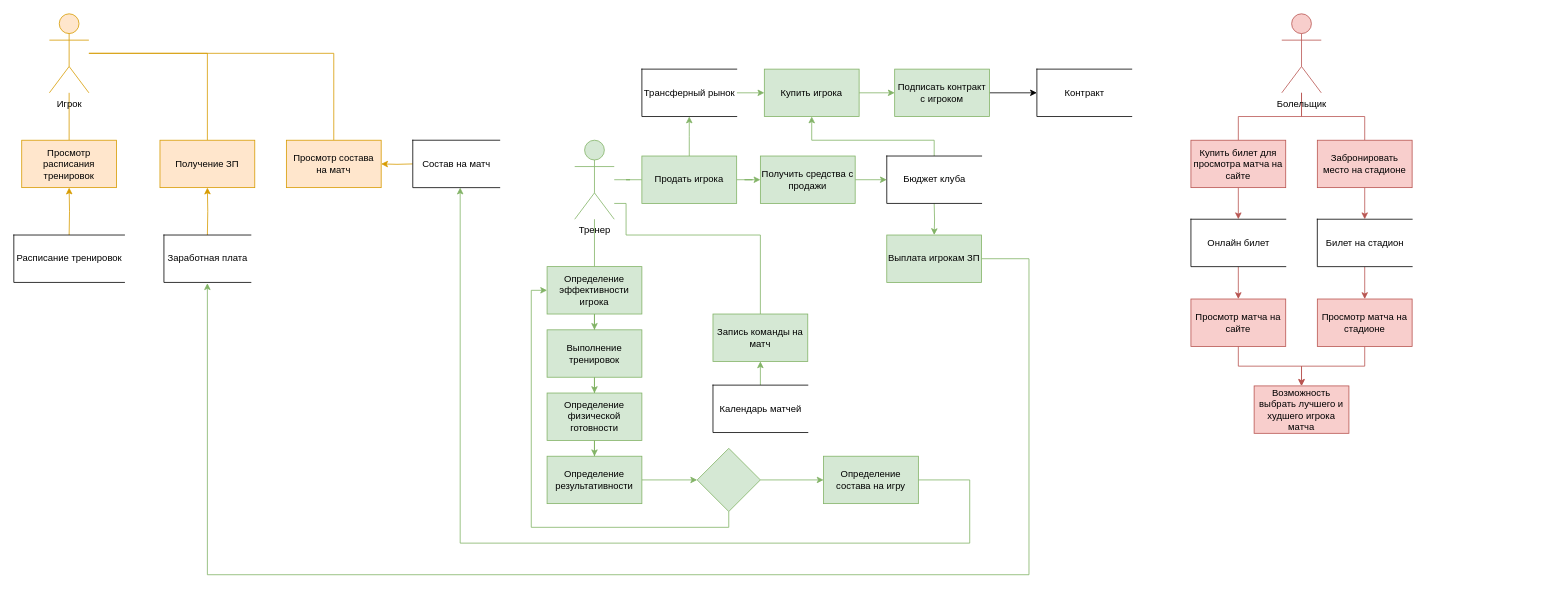
Above: DFD Diagramm.drawio in Alexsander996/football (draw.io), before the change. Source tidied: cells renumbered, new cells numbered last; positions are measured from the earlier drawing's top-left corner, leaving out a move shared by most shapes. Both pictures are drawn from the tidied source at 79%, with x=0, y=0 at pixel (13, 13).
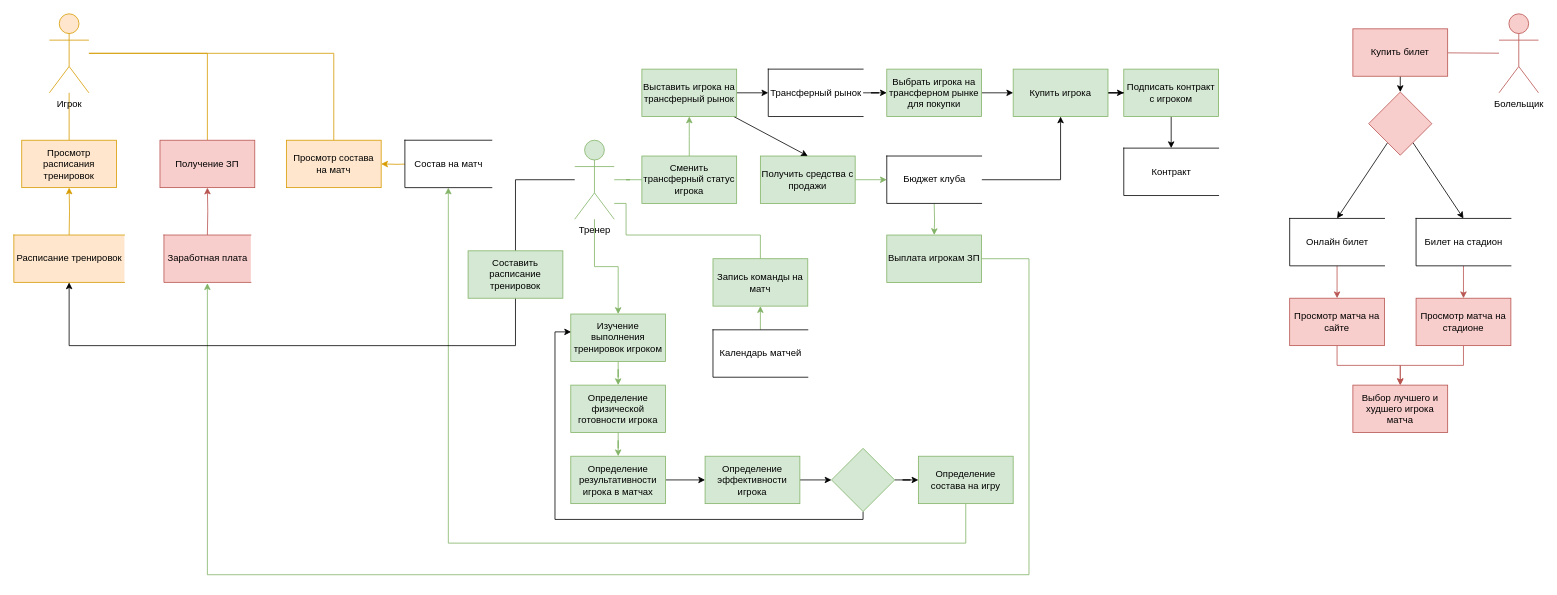
The same page after the edit.

The change refers to these unchanged cells:
```xml
<mxCell id="15" value="Тренер" style="shape=umlActor;verticalLabelPosition=bottom;verticalAlign=top;html=1;outlineConnect=0;fillColor=#d5e8d4;strokeColor=#82b366;" parent="1" vertex="1">
  <mxGeometry x="710" y="160" width="50" height="100" as="geometry" />
</mxCell>
<mxCell id="40" value="Получить средства с продажи" style="rounded=0;whiteSpace=wrap;html=1;fillColor=#d5e8d4;strokeColor=#82b366;" parent="1" vertex="1">
  <mxGeometry x="945" y="180" width="120" height="60" as="geometry" />
</mxCell>
<mxCell id="61" value="Бюджет клуба" style="html=1;dashed=0;whitespace=wrap;shape=partialRectangle;right=0;" parent="1" vertex="1">
  <mxGeometry x="1105" y="180" width="120" height="60" as="geometry" />
</mxCell>
```

Diff of the diagram source:
```diff
@@
-    <mxCell id="8" value="Получение ЗП" style="rounded=0;whiteSpace=wrap;html=1;fillColor=#ffe6cc;strokeColor=#d79b00;" parent="1" vertex="1">
+    <mxCell id="8" value="Получение ЗП" style="rounded=0;whiteSpace=wrap;html=1;fillColor=#f8cecc;strokeColor=#b85450;" parent="1" vertex="1">
       <mxGeometry x="185" y="160" width="120" height="60" as="geometry" />
     </mxCell>
-    <mxCell id="9" style="edgeStyle=orthogonalEdgeStyle;rounded=0;jettySize=auto;html=1;entryX=0.5;entryY=1;entryDx=0;entryDy=0;fillColor=#ffe6cc;strokeColor=#d79b00;" parent="1" edge="1" target="8">
+    <mxCell id="9" style="edgeStyle=orthogonalEdgeStyle;rounded=0;jettySize=auto;html=1;entryX=0.5;entryY=1;entryDx=0;entryDy=0;fillColor=#f8cecc;strokeColor=#b85450;" parent="1" edge="1" target="8">
       <mxGeometry relative="1" as="geometry">
         <mxPoint x="245" y="280" as="sourcePoint" />
       </mxGeometry>
     </mxCell>
@@
-    <mxCell id="12" style="edgeStyle=orthogonalEdgeStyle;rounded=0;jettySize=auto;html=1;entryX=0.5;entryY=0;entryDx=0;entryDy=0;fillColor=#d5e8d4;strokeColor=#82b366;endArrow=none;endFill=0;" parent="1" edge="1" source="15" target="17">
-      <mxGeometry relative="1" as="geometry" />
-    </mxCell>
@@
+    <mxCell id="68" style="edgeStyle=orthogonalEdgeStyle;rounded=0;jettySize=auto;html=1;entryX=0.5;entryY=0;entryDx=0;entryDy=0;endArrow=none;endFill=0;" parent="1" edge="1" source="15" target="86">
+      <mxGeometry relative="1" as="geometry" />
+    </mxCell>
+    <mxCell id="69" style="edgeStyle=orthogonalEdgeStyle;rounded=0;jettySize=auto;html=1;entryX=0.5;entryY=0;entryDx=0;entryDy=0;fillColor=#d5e8d4;strokeColor=#82b366;" parent="1" edge="1" source="15" target="27">
+      <mxGeometry relative="1" as="geometry" />
+    </mxCell>
@@
-    <mxCell id="16" style="edgeStyle=orthogonalEdgeStyle;rounded=0;jettySize=auto;html=1;entryX=0.5;entryY=0;entryDx=0;entryDy=0;endArrow=classic;endFill=1;fillColor=#d5e8d4;strokeColor=#82b366;" parent="1" edge="1" source="17" target="27">
-      <mxGeometry relative="1" as="geometry" />
-    </mxCell>
+    <mxCell id="70" style="edgeStyle=orthogonalEdgeStyle;rounded=0;jettySize=auto;html=1;entryX=0;entryY=0.5;entryDx=0;entryDy=0;" parent="1" edge="1" source="17" target="46">
+      <mxGeometry relative="1" as="geometry" />
+    </mxCell>
     <mxCell id="17" value="Определение эффективности игрока" style="rounded=0;whiteSpace=wrap;html=1;fillColor=#d5e8d4;strokeColor=#82b366;" parent="1" vertex="1">
-      <mxGeometry x="675" y="320" width="120" height="60" as="geometry" />
+      <mxGeometry x="875" y="560" width="120" height="60" as="geometry" />
     </mxCell>
-    <mxCell id="18" style="edgeStyle=orthogonalEdgeStyle;rounded=0;jettySize=auto;html=1;endArrow=classic;endFill=1;entryX=0.5;entryY=1;entryDx=0;entryDy=0;fillColor=#d5e8d4;strokeColor=#82b366;" parent="1" edge="1" source="19">
-      <mxGeometry relative="1" as="geometry">
-        <mxPoint x="565" y="220" as="targetPoint" />
-        <Array as="points">
-          <mxPoint x="1210" y="670" />
-          <mxPoint x="565" y="670" />
-        </Array>
-      </mxGeometry>
-    </mxCell>
+    <mxCell id="71" style="edgeStyle=orthogonalEdgeStyle;rounded=0;jettySize=auto;html=1;entryX=0.5;entryY=1;entryDx=0;entryDy=0;fillColor=#d5e8d4;strokeColor=#82b366;" parent="1" edge="1" source="19" target="59">
+      <mxGeometry relative="1" as="geometry">
+        <Array as="points">
+          <mxPoint x="1205" y="670" />
+          <mxPoint x="550" y="670" />
+        </Array>
+      </mxGeometry>
+    </mxCell>
     <mxCell id="19" value="Определение состава на игру" style="rounded=0;whiteSpace=wrap;html=1;fillColor=#d5e8d4;strokeColor=#82b366;" parent="1" vertex="1">
-      <mxGeometry x="1025" y="560" width="120" height="60" as="geometry" />
+      <mxGeometry x="1145" y="560" width="120" height="60" as="geometry" />
     </mxCell>
@@
     <mxCell id="22" value="Запись команды на матч" style="rounded=0;whiteSpace=wrap;html=1;fillColor=#d5e8d4;strokeColor=#82b366;" parent="1" vertex="1">
-      <mxGeometry x="885" y="380" width="120" height="60" as="geometry" />
+      <mxGeometry x="885" y="310" width="120" height="60" as="geometry" />
     </mxCell>
-    <mxCell id="23" style="edgeStyle=orthogonalEdgeStyle;rounded=0;jettySize=auto;html=1;entryX=0.5;entryY=0;entryDx=0;entryDy=0;endArrow=none;endFill=0;fillColor=#f8cecc;strokeColor=#b85450;" parent="1" edge="1" source="25" target="49">
-      <mxGeometry relative="1" as="geometry" />
-    </mxCell>
-    <mxCell id="24" style="edgeStyle=orthogonalEdgeStyle;rounded=0;jettySize=auto;html=1;endArrow=none;endFill=0;fillColor=#f8cecc;strokeColor=#b85450;" parent="1" edge="1" source="25" target="51">
-      <mxGeometry relative="1" as="geometry" />
-    </mxCell>
-    <mxCell id="25" value="Болельщик" style="shape=umlActor;verticalLabelPosition=bottom;verticalAlign=top;html=1;outlineConnect=0;fillColor=#f8cecc;strokeColor=#b85450;" parent="1" vertex="1">
-      <mxGeometry x="1605" width="50" height="100" as="geometry" />
-    </mxCell>
@@
-    <mxCell id="27" value="Выполнение тренировок" style="rounded=0;whiteSpace=wrap;html=1;fillColor=#d5e8d4;strokeColor=#82b366;" parent="1" vertex="1">
-      <mxGeometry x="675" y="400" width="120" height="60" as="geometry" />
+    <mxCell id="27" value="Изучение выполнения тренировок игроком" style="rounded=0;whiteSpace=wrap;html=1;fillColor=#d5e8d4;strokeColor=#82b366;" parent="1" vertex="1">
+      <mxGeometry x="705" y="380" width="120" height="60" as="geometry" />
     </mxCell>
@@
-    <mxCell id="29" value="Определение физической готовности" style="rounded=0;whiteSpace=wrap;html=1;fillColor=#d5e8d4;strokeColor=#82b366;" parent="1" vertex="1">
-      <mxGeometry x="675" y="480" width="120" height="60" as="geometry" />
+    <mxCell id="29" value="Определение физической готовности игрока" style="rounded=0;whiteSpace=wrap;html=1;fillColor=#d5e8d4;strokeColor=#82b366;" parent="1" vertex="1">
+      <mxGeometry x="705" y="470" width="120" height="60" as="geometry" />
     </mxCell>
-    <mxCell id="30" style="edgeStyle=orthogonalEdgeStyle;rounded=0;jettySize=auto;html=1;entryX=0;entryY=0.5;entryDx=0;entryDy=0;endArrow=classic;endFill=1;fillColor=#d5e8d4;strokeColor=#82b366;" parent="1" edge="1" source="31" target="46">
-      <mxGeometry relative="1" as="geometry" />
-    </mxCell>
+    <mxCell id="72" style="edgeStyle=orthogonalEdgeStyle;rounded=0;jettySize=auto;html=1;entryX=0;entryY=0.5;entryDx=0;entryDy=0;" parent="1" edge="1" source="31" target="17">
+      <mxGeometry relative="1" as="geometry" />
+    </mxCell>
-    <mxCell id="31" value="Определение результативности" style="rounded=0;whiteSpace=wrap;html=1;fillColor=#d5e8d4;strokeColor=#82b366;" parent="1" vertex="1">
-      <mxGeometry x="675" y="560" width="120" height="60" as="geometry" />
+    <mxCell id="31" value="Определение результативности игрока в матчах" style="rounded=0;whiteSpace=wrap;html=1;fillColor=#d5e8d4;strokeColor=#82b366;" parent="1" vertex="1">
+      <mxGeometry x="705" y="560" width="120" height="60" as="geometry" />
     </mxCell>
-    <mxCell id="32" style="edgeStyle=orthogonalEdgeStyle;rounded=0;jettySize=auto;html=1;entryX=0;entryY=0.5;entryDx=0;entryDy=0;endArrow=classic;endFill=1;fillColor=#d5e8d4;strokeColor=#82b366;" parent="1" edge="1" source="33" target="35">
-      <mxGeometry relative="1" as="geometry" />
-    </mxCell>
-    <mxCell id="33" value="Купить игрока" style="rounded=0;whiteSpace=wrap;html=1;fillColor=#d5e8d4;strokeColor=#82b366;" parent="1" vertex="1">
-      <mxGeometry x="950" y="70" width="120" height="60" as="geometry" />
-    </mxCell>
-    <mxCell id="34" style="edgeStyle=orthogonalEdgeStyle;rounded=0;jettySize=auto;html=1;entryX=0;entryY=0.5;entryDx=0;entryDy=0;" parent="1" edge="1" source="35" target="67">
+    <mxCell id="34" style="edgeStyle=orthogonalEdgeStyle;rounded=0;jettySize=auto;html=1;entryX=0.5;entryY=0;entryDx=0;entryDy=0;endArrow=classic;endFill=1;" parent="1" edge="1" source="35" target="67">
       <mxGeometry relative="1" as="geometry" />
     </mxCell>
     <mxCell id="35" value="Подписать контракт с игроком" style="rounded=0;whiteSpace=wrap;html=1;fillColor=#d5e8d4;strokeColor=#82b366;" parent="1" vertex="1">
-      <mxGeometry x="1115" y="70" width="120" height="60" as="geometry" />
+      <mxGeometry x="1405" y="70" width="120" height="60" as="geometry" />
     </mxCell>
-    <mxCell id="36" style="edgeStyle=orthogonalEdgeStyle;rounded=0;jettySize=auto;html=1;entryX=0;entryY=0.5;entryDx=0;entryDy=0;endArrow=classic;endFill=1;fillColor=#d5e8d4;strokeColor=#82b366;" parent="1" edge="1" source="38" target="40">
-      <mxGeometry relative="1" as="geometry" />
-    </mxCell>
@@
-    <mxCell id="38" value="Продать игрока" style="rounded=0;whiteSpace=wrap;html=1;fillColor=#d5e8d4;strokeColor=#82b366;" parent="1" vertex="1">
+    <mxCell id="38" value="Сменить трансферный статус игрока&lt;br&gt;" style="rounded=0;whiteSpace=wrap;html=1;fillColor=#d5e8d4;strokeColor=#82b366;" parent="1" vertex="1">
       <mxGeometry x="795" y="180" width="120" height="60" as="geometry" />
     </mxCell>
@@
-    <mxCell id="41" style="edgeStyle=orthogonalEdgeStyle;rounded=0;jettySize=auto;html=1;entryX=0.5;entryY=1;entryDx=0;entryDy=0;endArrow=classic;endFill=1;fillColor=#d5e8d4;strokeColor=#82b366;" parent="1" edge="1" target="33">
-      <mxGeometry relative="1" as="geometry">
-        <mxPoint x="1165" y="180" as="sourcePoint" />
-        <Array as="points">
-          <mxPoint x="1165" y="160" />
-          <mxPoint x="1010" y="160" />
-        </Array>
-      </mxGeometry>
-    </mxCell>
@@
-    <mxCell id="43" style="edgeStyle=orthogonalEdgeStyle;rounded=0;jettySize=auto;html=1;entryX=0;entryY=0.5;entryDx=0;entryDy=0;endArrow=classic;endFill=1;fillColor=#d5e8d4;strokeColor=#82b366;" parent="1" edge="1" target="33">
-      <mxGeometry relative="1" as="geometry">
-        <mxPoint x="915" y="100" as="sourcePoint" />
-      </mxGeometry>
-    </mxCell>
+    <mxCell id="73" style="edgeStyle=orthogonalEdgeStyle;rounded=0;jettySize=auto;html=1;entryX=0.003;entryY=0.377;entryDx=0;entryDy=0;entryPerimeter=0;" parent="1" edge="1" source="46" target="27">
+      <mxGeometry relative="1" as="geometry">
+        <Array as="points">
+          <mxPoint x="1075" y="640" />
+          <mxPoint x="685" y="640" />
+          <mxPoint x="685" y="403" />
+        </Array>
+      </mxGeometry>
+    </mxCell>
-    <mxCell id="44" style="edgeStyle=orthogonalEdgeStyle;rounded=0;jettySize=auto;html=1;endArrow=classic;endFill=1;fillColor=#d5e8d4;strokeColor=#82b366;entryX=0;entryY=0.5;entryDx=0;entryDy=0;" parent="1" edge="1" source="46" target="19">
+    <mxCell id="44" style="edgeStyle=orthogonalEdgeStyle;rounded=0;jettySize=auto;html=1;entryX=0;entryY=0.5;entryDx=0;entryDy=0;" parent="1" edge="1" source="46" target="19">
       <mxGeometry relative="1" as="geometry" />
     </mxCell>
-    <mxCell id="45" style="edgeStyle=orthogonalEdgeStyle;rounded=0;jettySize=auto;html=1;entryX=0;entryY=0.5;entryDx=0;entryDy=0;endArrow=classic;endFill=1;fillColor=#d5e8d4;strokeColor=#82b366;" parent="1" edge="1" source="46" target="17">
-      <mxGeometry relative="1" as="geometry">
-        <Array as="points">
-          <mxPoint x="905" y="650" />
-          <mxPoint x="655" y="650" />
-          <mxPoint x="655" y="350" />
-        </Array>
-      </mxGeometry>
-    </mxCell>
     <mxCell id="46" style="rhombus;whiteSpace=wrap;html=1;fillColor=#d5e8d4;strokeColor=#82b366;" parent="1" vertex="1">
-      <mxGeometry x="865" y="550" width="80" height="80" as="geometry" />
+      <mxGeometry x="1035" y="550" width="80" height="80" as="geometry" />
     </mxCell>
     <mxCell id="47" style="edgeStyle=orthogonalEdgeStyle;rounded=0;jettySize=auto;html=1;entryX=0.5;entryY=1;entryDx=0;entryDy=0;endArrow=classic;endFill=1;fillColor=#d5e8d4;strokeColor=#82b366;" parent="1" edge="1" target="22">
       <mxGeometry relative="1" as="geometry">
-        <mxPoint x="945" y="470" as="sourcePoint" />
+        <mxPoint x="945" y="400" as="sourcePoint" />
       </mxGeometry>
     </mxCell>
-    <mxCell id="48" style="edgeStyle=orthogonalEdgeStyle;rounded=0;jettySize=auto;html=1;entryX=0.5;entryY=0;entryDx=0;entryDy=0;fillColor=#f8cecc;strokeColor=#b85450;" parent="1" edge="1" source="49" target="64">
-      <mxGeometry relative="1" as="geometry" />
-    </mxCell>
-    <mxCell id="49" value="Купить билет для просмотра матча на сайте" style="rounded=0;whiteSpace=wrap;html=1;fillColor=#f8cecc;strokeColor=#b85450;" parent="1" vertex="1">
-      <mxGeometry x="1490" y="160" width="120" height="60" as="geometry" />
-    </mxCell>
-    <mxCell id="50" style="edgeStyle=orthogonalEdgeStyle;rounded=0;jettySize=auto;html=1;entryX=0.5;entryY=0;entryDx=0;entryDy=0;fillColor=#f8cecc;strokeColor=#b85450;" parent="1" edge="1" source="51" target="66">
-      <mxGeometry relative="1" as="geometry" />
-    </mxCell>
-    <mxCell id="51" value="Забронировать место на стадионе" style="rounded=0;whiteSpace=wrap;html=1;fillColor=#f8cecc;strokeColor=#b85450;" parent="1" vertex="1">
-      <mxGeometry x="1650" y="160" width="120" height="60" as="geometry" />
-    </mxCell>
@@
     <mxCell id="53" value="Просмотр матча на сайте" style="rounded=0;whiteSpace=wrap;html=1;fillColor=#f8cecc;strokeColor=#b85450;" parent="1" vertex="1">
-      <mxGeometry x="1490" y="361" width="120" height="60" as="geometry" />
+      <mxGeometry x="1615" y="360" width="120" height="60" as="geometry" />
     </mxCell>
@@
     <mxCell id="55" value="Просмотр матча на стадионе" style="rounded=0;whiteSpace=wrap;html=1;fillColor=#f8cecc;strokeColor=#b85450;" parent="1" vertex="1">
-      <mxGeometry x="1650" y="361" width="120" height="60" as="geometry" />
+      <mxGeometry x="1775" y="360" width="120" height="60" as="geometry" />
     </mxCell>
-    <mxCell id="56" value="Возможность выбрать лучшего и худшего игрока матча" style="rounded=0;whiteSpace=wrap;html=1;fillColor=#f8cecc;strokeColor=#b85450;" parent="1" vertex="1">
-      <mxGeometry x="1570" y="471" width="120" height="60" as="geometry" />
+    <mxCell id="56" value="Выбор лучшего и худшего игрока матча" style="rounded=0;whiteSpace=wrap;html=1;fillColor=#f8cecc;strokeColor=#b85450;" parent="1" vertex="1">
+      <mxGeometry x="1695" y="470" width="120" height="60" as="geometry" />
     </mxCell>
-    <mxCell id="57" value="Заработная плата" style="html=1;dashed=0;whitespace=wrap;shape=partialRectangle;right=0;" parent="1" vertex="1">
+    <mxCell id="57" value="Заработная плата" style="html=1;dashed=0;whitespace=wrap;shape=partialRectangle;right=0;fillColor=#f8cecc;strokeColor=#b85450;" parent="1" vertex="1">
       <mxGeometry x="190" y="280" width="110" height="60" as="geometry" />
     </mxCell>
-    <mxCell id="58" value="Расписание тренировок" style="html=1;dashed=0;whitespace=wrap;shape=partialRectangle;right=0;" parent="1" vertex="1">
+    <mxCell id="58" value="Расписание тренировок" style="html=1;dashed=0;whitespace=wrap;shape=partialRectangle;right=0;fillColor=#ffe6cc;strokeColor=#d79b00;" parent="1" vertex="1">
       <mxGeometry y="280" width="140" height="60" as="geometry" />
     </mxCell>
     <mxCell id="59" value="Состав на матч" style="html=1;dashed=0;whitespace=wrap;shape=partialRectangle;right=0;" parent="1" vertex="1">
-      <mxGeometry x="505" y="160" width="110" height="60" as="geometry" />
+      <mxGeometry x="495" y="160" width="110" height="60" as="geometry" />
     </mxCell>
-    <mxCell id="60" value="Трансферный рынок" style="html=1;dashed=0;whitespace=wrap;shape=partialRectangle;right=0;" parent="1" vertex="1">
-      <mxGeometry x="795" y="70" width="120" height="60" as="geometry" />
-    </mxCell>
+    <mxCell id="74" style="edgeStyle=orthogonalEdgeStyle;rounded=0;jettySize=auto;html=1;entryX=0.5;entryY=1;entryDx=0;entryDy=0;endArrow=classic;endFill=1;" parent="1" edge="1" source="61" target="33">
+      <mxGeometry relative="1" as="geometry" />
+    </mxCell>
@@
     <mxCell id="62" value="Календарь матчей" style="html=1;dashed=0;whitespace=wrap;shape=partialRectangle;right=0;" parent="1" vertex="1">
-      <mxGeometry x="885" y="470" width="120" height="60" as="geometry" />
+      <mxGeometry x="885" y="400" width="120" height="60" as="geometry" />
     </mxCell>
@@
     <mxCell id="64" value="Онлайн билет" style="html=1;dashed=0;whitespace=wrap;shape=partialRectangle;right=0;" parent="1" vertex="1">
-      <mxGeometry x="1490" y="260" width="120" height="60" as="geometry" />
+      <mxGeometry x="1615" y="259" width="120" height="60" as="geometry" />
     </mxCell>
@@
     <mxCell id="66" value="Билет на стадион" style="html=1;dashed=0;whitespace=wrap;shape=partialRectangle;right=0;" parent="1" vertex="1">
-      <mxGeometry x="1650" y="260" width="120" height="60" as="geometry" />
+      <mxGeometry x="1775" y="259" width="120" height="60" as="geometry" />
     </mxCell>
     <mxCell id="67" value="Контракт" style="html=1;dashed=0;whitespace=wrap;shape=partialRectangle;right=0;" parent="1" vertex="1">
-      <mxGeometry x="1295" y="70" width="120" height="60" as="geometry" />
+      <mxGeometry x="1405" y="170" width="120" height="60" as="geometry" />
     </mxCell>
+    <mxCell id="75" style="edgeStyle=none;rounded=0;jettySize=auto;html=1;entryX=0.5;entryY=0;entryDx=0;entryDy=0;" parent="1" edge="1" source="77" target="64">
+      <mxGeometry relative="1" as="geometry" />
+    </mxCell>
+    <mxCell id="76" style="edgeStyle=none;rounded=0;jettySize=auto;html=1;entryX=0.5;entryY=0;entryDx=0;entryDy=0;" parent="1" edge="1" source="77" target="66">
+      <mxGeometry relative="1" as="geometry" />
+    </mxCell>
+    <mxCell id="77" style="rhombus;whiteSpace=wrap;html=1;fillColor=#f8cecc;strokeColor=#b85450;" parent="1" vertex="1">
+      <mxGeometry x="1715" y="99" width="80" height="80" as="geometry" />
+    </mxCell>
+    <mxCell id="78" style="rounded=0;jettySize=auto;html=1;endArrow=none;endFill=0;fillColor=#f8cecc;strokeColor=#b85450;" parent="1" edge="1" source="25" target="80">
+      <mxGeometry relative="1" as="geometry" />
+    </mxCell>
+    <mxCell id="25" value="Болельщик" style="shape=umlActor;verticalLabelPosition=bottom;verticalAlign=top;html=1;outlineConnect=0;fillColor=#f8cecc;strokeColor=#b85450;" parent="1" vertex="1">
+      <mxGeometry x="1880" width="50" height="100" as="geometry" />
+    </mxCell>
+    <mxCell id="79" style="edgeStyle=none;rounded=0;jettySize=auto;html=1;" parent="1" edge="1" source="80" target="77">
+      <mxGeometry relative="1" as="geometry" />
+    </mxCell>
+    <mxCell id="80" value="Купить билет" style="rounded=0;whiteSpace=wrap;html=1;fillColor=#f8cecc;strokeColor=#b85450;" parent="1" vertex="1">
+      <mxGeometry x="1695" y="19" width="120" height="60" as="geometry" />
+    </mxCell>
+    <mxCell id="81" style="edgeStyle=orthogonalEdgeStyle;rounded=0;jettySize=auto;html=1;entryX=0;entryY=0.5;entryDx=0;entryDy=0;" parent="1" edge="1" source="83" target="60">
+      <mxGeometry relative="1" as="geometry" />
+    </mxCell>
+    <mxCell id="82" style="rounded=0;jettySize=auto;html=1;entryX=0.5;entryY=0;entryDx=0;entryDy=0;" parent="1" edge="1" source="83" target="40">
+      <mxGeometry relative="1" as="geometry" />
+    </mxCell>
+    <mxCell id="83" value="Выставить игрока на трансферный рынок&lt;br&gt;" style="rounded=0;whiteSpace=wrap;html=1;fillColor=#d5e8d4;strokeColor=#82b366;" parent="1" vertex="1">
+      <mxGeometry x="795" y="70" width="120" height="60" as="geometry" />
+    </mxCell>
+    <mxCell id="84" style="edgeStyle=orthogonalEdgeStyle;rounded=0;jettySize=auto;html=1;entryX=0;entryY=0.5;entryDx=0;entryDy=0;endArrow=classic;endFill=1;" parent="1" edge="1" source="60" target="88">
+      <mxGeometry relative="1" as="geometry" />
+    </mxCell>
+    <mxCell id="60" value="Трансферный рынок" style="html=1;dashed=0;whitespace=wrap;shape=partialRectangle;right=0;" parent="1" vertex="1">
+      <mxGeometry x="955" y="70" width="120" height="60" as="geometry" />
+    </mxCell>
+    <mxCell id="32" style="edgeStyle=orthogonalEdgeStyle;rounded=0;jettySize=auto;html=1;entryX=0;entryY=0.5;entryDx=0;entryDy=0;" parent="1" edge="1" source="33" target="35">
+      <mxGeometry relative="1" as="geometry" />
+    </mxCell>
+    <mxCell id="33" value="Купить игрока&lt;br&gt;" style="rounded=0;whiteSpace=wrap;html=1;fillColor=#d5e8d4;strokeColor=#82b366;" parent="1" vertex="1">
+      <mxGeometry x="1265" y="70" width="120" height="60" as="geometry" />
+    </mxCell>
+    <mxCell id="85" style="edgeStyle=orthogonalEdgeStyle;rounded=0;jettySize=auto;html=1;entryX=0.5;entryY=1;entryDx=0;entryDy=0;" parent="1" edge="1" source="86" target="58">
+      <mxGeometry relative="1" as="geometry">
+        <Array as="points">
+          <mxPoint x="635" y="420" />
+          <mxPoint x="70" y="420" />
+        </Array>
+      </mxGeometry>
+    </mxCell>
+    <mxCell id="86" value="Составить расписание тренировок" style="rounded=0;whiteSpace=wrap;html=1;fillColor=#d5e8d4;strokeColor=#82b366;" parent="1" vertex="1">
+      <mxGeometry x="575" y="300" width="120" height="60" as="geometry" />
+    </mxCell>
+    <mxCell id="87" style="edgeStyle=orthogonalEdgeStyle;rounded=0;jettySize=auto;html=1;entryX=0;entryY=0.5;entryDx=0;entryDy=0;endArrow=classic;endFill=1;" parent="1" edge="1" source="88" target="33">
+      <mxGeometry relative="1" as="geometry" />
+    </mxCell>
+    <mxCell id="88" value="Выбрать игрока на трансферном рынке для покупки" style="rounded=0;whiteSpace=wrap;html=1;fillColor=#d5e8d4;strokeColor=#82b366;" parent="1" vertex="1">
+      <mxGeometry x="1105" y="70" width="120" height="60" as="geometry" />
+    </mxCell>
```
